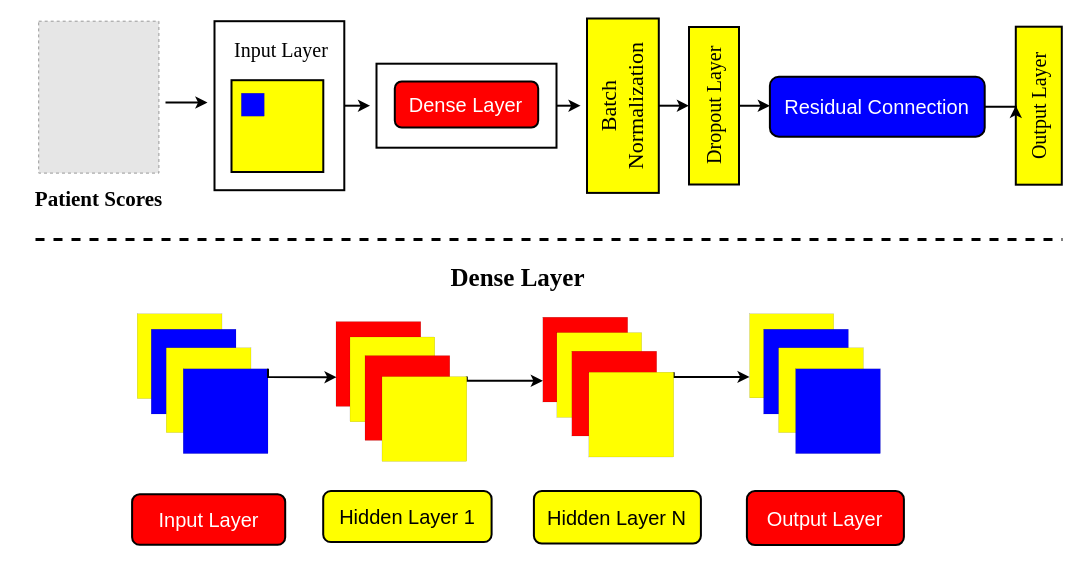
The draw.io diagram Vitiligo Paper 1.drawio in a3X3k/-Random-, before the edit. Source tidied: cells renumbered, new cells numbered last; positions are measured from the earlier drawing's top-left corner, leaving out a move shared by most shapes. Both pictures are drawn from the tidied source at 100%, with x=0, y=0 at pixel (17, 18). Pictures stored in the file or linked from it are replaced by grey dashed boxes.
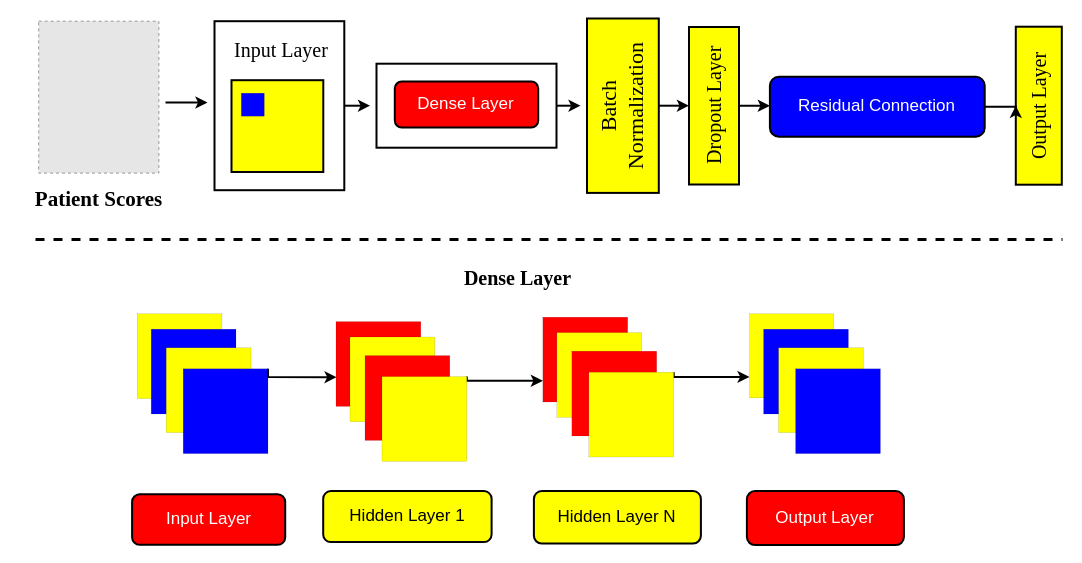
Above is the later version.

Diff of the diagram source:
```diff
@@
-    <mxCell id="14" value="&lt;span style=&quot;font-size: 20px;&quot;&gt;&lt;font style=&quot;font-size: 20px;&quot; color=&quot;#ffffff&quot;&gt;Dense Layer&lt;/font&gt;&lt;/span&gt;" style="rounded=1;whiteSpace=wrap;html=1;fillColor=#FF0000;strokeWidth=2;fontSize=20;" parent="1" vertex="1">
+    <mxCell id="14" value="&lt;span style=&quot;font-size: 17px;&quot;&gt;&lt;font color=&quot;#ffffff&quot; style=&quot;font-size: 17px;&quot;&gt;Dense Layer&lt;/font&gt;&lt;/span&gt;" style="rounded=1;whiteSpace=wrap;html=1;fillColor=#FF0000;strokeWidth=2;fontSize=17;" parent="1" vertex="1">
       <mxGeometry x="377.3" y="63" width="143.4" height="46" as="geometry" />
     </mxCell>
-    <mxCell id="15" value="&lt;b style=&quot;font-size: 25px;&quot;&gt;&lt;font style=&quot;font-size: 25px;&quot;&gt;Dense Layer&lt;/font&gt;&lt;br style=&quot;font-size: 25px;&quot;&gt;&lt;/b&gt;" style="text;html=1;strokeColor=none;fillColor=none;align=center;verticalAlign=middle;whiteSpace=wrap;rounded=0;shadow=0;glass=0;sketch=0;fillStyle=auto;strokeWidth=1;fontFamily=Times New Roman;fontSize=25;" parent="1" vertex="1">
+    <mxCell id="15" value="&lt;b style=&quot;font-size: 20px;&quot;&gt;&lt;font style=&quot;font-size: 20px;&quot;&gt;Dense Layer&lt;/font&gt;&lt;br style=&quot;font-size: 20px;&quot;&gt;&lt;/b&gt;" style="text;html=1;strokeColor=none;fillColor=none;align=center;verticalAlign=middle;whiteSpace=wrap;rounded=0;shadow=0;glass=0;sketch=0;fillStyle=auto;strokeWidth=1;fontFamily=Times New Roman;fontSize=20;" parent="1" vertex="1">
       <mxGeometry x="424" y="244.3" width="153" height="30" as="geometry" />
     </mxCell>
@@
-    <mxCell id="37" value="&lt;font style=&quot;font-size: 20px;&quot; color=&quot;#ffffff&quot;&gt;Input Layer&lt;/font&gt;" style="rounded=1;whiteSpace=wrap;html=1;fillColor=#FF0000;strokeWidth=2;fontSize=20;" parent="1" vertex="1">
+    <mxCell id="37" value="&lt;font color=&quot;#ffffff&quot; style=&quot;font-size: 17px;&quot;&gt;Input Layer&lt;/font&gt;" style="rounded=1;whiteSpace=wrap;html=1;fillColor=#FF0000;strokeWidth=2;fontSize=17;fontStyle=0;" parent="1" vertex="1">
       <mxGeometry x="114.6" y="475.8" width="153.1" height="50.5" as="geometry" />
     </mxCell>
-    <mxCell id="38" value="&lt;font style=&quot;font-size: 20px;&quot; color=&quot;#ffffff&quot;&gt;Output Layer&lt;/font&gt;" style="rounded=1;whiteSpace=wrap;html=1;fillColor=#FF0000;strokeWidth=2;fontSize=20;" parent="1" vertex="1">
+    <mxCell id="38" value="&lt;font color=&quot;#ffffff&quot; style=&quot;font-size: 17px;&quot;&gt;Output Layer&lt;/font&gt;" style="rounded=1;whiteSpace=wrap;html=1;fillColor=#FF0000;strokeWidth=2;fontSize=17;fontStyle=0;" parent="1" vertex="1">
       <mxGeometry x="729.4" y="472.6" width="157" height="54" as="geometry" />
     </mxCell>
@@
-    <mxCell id="40" value="&lt;font color=&quot;#ffffff&quot; style=&quot;font-size: 20px;&quot;&gt;Residual Connection&lt;/font&gt;" style="rounded=1;whiteSpace=wrap;html=1;fillColor=#0000FF;fontSize=20;strokeWidth=2;" parent="1" vertex="1">
+    <mxCell id="40" value="&lt;font style=&quot;font-size: 17px;&quot; color=&quot;#ffffff&quot;&gt;Residual Connection&lt;/font&gt;" style="rounded=1;whiteSpace=wrap;html=1;fillColor=#0000FF;fontSize=17;strokeWidth=2;" parent="1" vertex="1">
       <mxGeometry x="752.4" y="58.2" width="214.8" height="60" as="geometry" />
     </mxCell>
-    <mxCell id="41" value="Hidden Layer 1" style="rounded=1;whiteSpace=wrap;html=1;fontSize=20;strokeWidth=2;fillColor=#FFFF00;" parent="1" vertex="1">
+    <mxCell id="41" value="Hidden Layer 1" style="rounded=1;whiteSpace=wrap;html=1;fontSize=17;strokeWidth=2;fillColor=#FFFF00;fontStyle=0;" parent="1" vertex="1">
       <mxGeometry x="305.7" y="472.6" width="168.4" height="51" as="geometry" />
     </mxCell>
-    <mxCell id="42" value="Hidden Layer N" style="rounded=1;whiteSpace=wrap;html=1;fontSize=20;strokeWidth=2;fillColor=#FFFF00;" parent="1" vertex="1">
+    <mxCell id="42" value="Hidden Layer N" style="rounded=1;whiteSpace=wrap;html=1;fontSize=17;strokeWidth=2;fillColor=#FFFF00;fontStyle=0;" parent="1" vertex="1">
       <mxGeometry x="516.4" y="472.6" width="167" height="52.5" as="geometry" />
     </mxCell>
```
